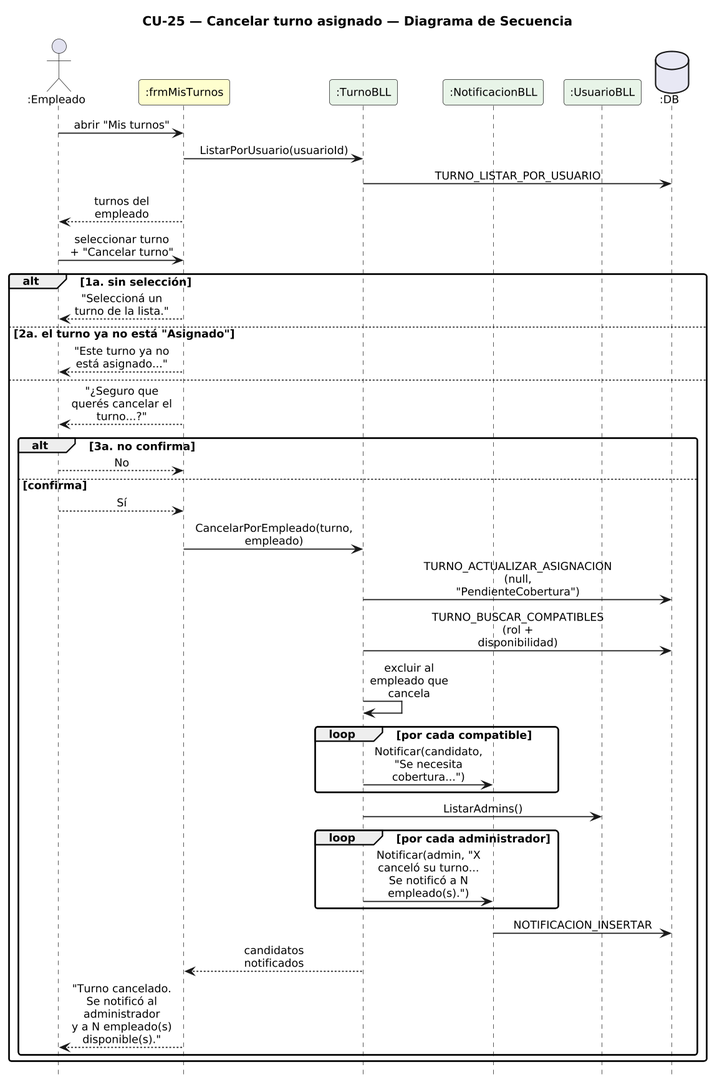
Earlier version of the PlantUML export DIAGRAMAS/DiagramaSecuencia_CU25_CancelarTurno.png (Urrels/ingenieria_software).
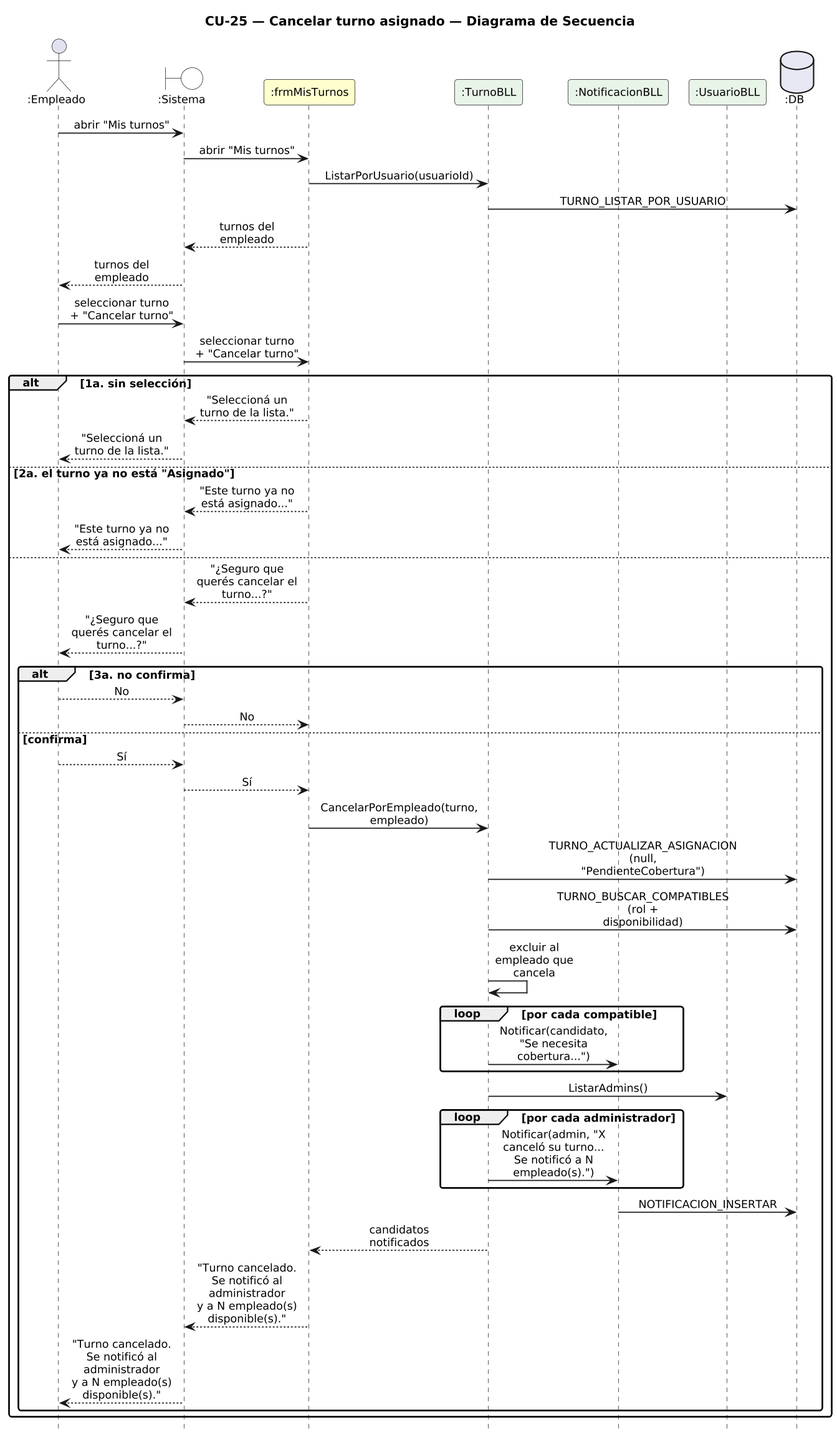
After the change.

Diff of the diagram source:
```diff
@@ -14,27 +14,36 @@
 hide footbox
 
 actor ":Empleado" as E
+boundary ":Sistema" as SYS #FFFFFF
 participant ":frmMisTurnos" as F #FEFECE
 participant ":TurnoBLL" as T #E8F4E8
 participant ":NotificacionBLL" as N #E8F4E8
 participant ":UsuarioBLL" as UB #E8F4E8
 database ":DB" as DB #E8E8F4
 
-E -> F : abrir "Mis turnos"
+E -> SYS : abrir "Mis turnos"
+SYS -> F : abrir "Mis turnos"
 F -> T : ListarPorUsuario(usuarioId)
 T -> DB : TURNO_LISTAR_POR_USUARIO
-F --> E : turnos del empleado
-E -> F : seleccionar turno + "Cancelar turno"
+F --> SYS : turnos del empleado
+SYS --> E : turnos del empleado
+E -> SYS : seleccionar turno + "Cancelar turno"
+SYS -> F : seleccionar turno + "Cancelar turno"
 alt 1a. sin selección
-  F --> E : "Seleccioná un turno de la lista."
+  F --> SYS : "Seleccioná un turno de la lista."
+  SYS --> E : "Seleccioná un turno de la lista."
 else 2a. el turno ya no está "Asignado"
-  F --> E : "Este turno ya no está asignado..."
+  F --> SYS : "Este turno ya no está asignado..."
+  SYS --> E : "Este turno ya no está asignado..."
 else
-  F --> E : "¿Seguro que querés cancelar el turno...?"
+  F --> SYS : "¿Seguro que querés cancelar el turno...?"
+  SYS --> E : "¿Seguro que querés cancelar el turno...?"
   alt 3a. no confirma
-    E --> F : No
+    E --> SYS : No
+    SYS --> F : No
   else confirma
-    E --> F : Sí
+    E --> SYS : Sí
+    SYS --> F : Sí
     F -> T : CancelarPorEmpleado(turno, empleado)
     T -> DB : TURNO_ACTUALIZAR_ASIGNACION (null, "PendienteCobertura")
     T -> DB : TURNO_BUSCAR_COMPATIBLES\n(rol + disponibilidad)
@@ -48,7 +57,8 @@
     end
     N -> DB : NOTIFICACION_INSERTAR
     T --> F : candidatos notificados
-    F --> E : "Turno cancelado. Se notificó al administrador\ny a N empleado(s) disponible(s)."
+    F --> SYS : "Turno cancelado. Se notificó al administrador\ny a N empleado(s) disponible(s)."
+    SYS --> E : "Turno cancelado. Se notificó al administrador\ny a N empleado(s) disponible(s)."
   end
 end
 
```
